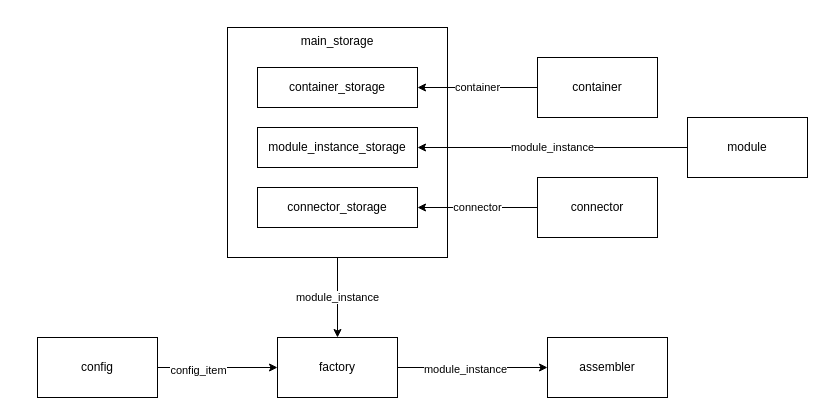
The draw.io diagram doc/diagram.drawio in SkyRzn/sdr_server, before the edit. Source tidied: cells renumbered, new cells numbered last; positions are measured from the earlier drawing's top-left corner, leaving out a move shared by most shapes. Both pictures are drawn from the tidied source at 100%, with x=0, y=0 at pixel (37, 27).
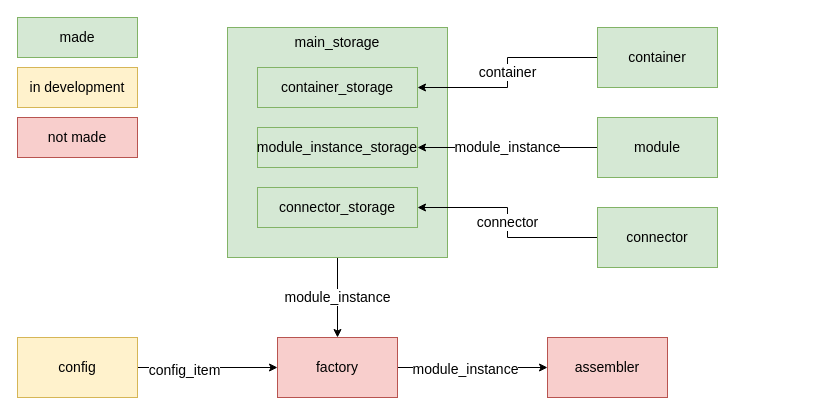
Above is the later version.

The edit, as a diff of the source:
```diff
@@
-    <mxCell id="2" value="module_instance" style="edgeStyle=orthogonalEdgeStyle;rounded=0;jettySize=auto;html=1;exitX=0.5;exitY=1;exitDx=0;exitDy=0;entryX=0.5;entryY=0;entryDx=0;entryDy=0;align=center;" parent="1" edge="1" source="3" target="15">
+    <mxCell id="2" value="module_instance" style="edgeStyle=orthogonalEdgeStyle;rounded=0;jettySize=auto;html=1;exitX=0.5;exitY=1;exitDx=0;exitDy=0;entryX=0.5;entryY=0;entryDx=0;entryDy=0;align=center;fontSize=14;" parent="1" edge="1" source="3" target="15">
       <mxGeometry relative="1" as="geometry" />
     </mxCell>
-    <mxCell id="3" value="main_storage" style="rounded=0;whiteSpace=wrap;html=1;align=center;verticalAlign=top;" parent="1" vertex="1">
+    <mxCell id="3" value="main_storage" style="rounded=0;whiteSpace=wrap;html=1;align=center;verticalAlign=top;fontSize=14;fillColor=#d5e8d4;strokeColor=#82b366;" parent="1" vertex="1">
       <mxGeometry x="190" width="220" height="230" as="geometry" />
     </mxCell>
-    <mxCell id="4" value="container_storage" style="rounded=0;whiteSpace=wrap;html=1;align=center;" parent="1" vertex="1">
+    <mxCell id="4" value="container_storage" style="rounded=0;whiteSpace=wrap;html=1;align=center;fontSize=14;fillColor=#d5e8d4;strokeColor=#82b366;" parent="1" vertex="1">
       <mxGeometry x="220" y="40" width="160" height="40" as="geometry" />
     </mxCell>
-    <mxCell id="5" value="module_instance_storage" style="rounded=0;whiteSpace=wrap;html=1;align=center;" parent="1" vertex="1">
+    <mxCell id="5" value="module_instance_storage" style="rounded=0;whiteSpace=wrap;html=1;align=center;fontSize=14;fillColor=#d5e8d4;strokeColor=#82b366;" parent="1" vertex="1">
       <mxGeometry x="220" y="100" width="160" height="40" as="geometry" />
     </mxCell>
-    <mxCell id="6" value="connector_storage" style="rounded=0;whiteSpace=wrap;html=1;align=center;" parent="1" vertex="1">
+    <mxCell id="6" value="connector_storage" style="rounded=0;whiteSpace=wrap;html=1;align=center;fontSize=14;fillColor=#d5e8d4;strokeColor=#82b366;" parent="1" vertex="1">
       <mxGeometry x="220" y="160" width="160" height="40" as="geometry" />
     </mxCell>
-    <mxCell id="7" value="container" style="edgeStyle=orthogonalEdgeStyle;rounded=0;jettySize=auto;html=1;entryX=1;entryY=0.5;entryDx=0;entryDy=0;align=center;" parent="1" edge="1" source="8" target="4">
+    <mxCell id="7" value="container" style="edgeStyle=orthogonalEdgeStyle;rounded=0;jettySize=auto;html=1;entryX=1;entryY=0.5;entryDx=0;entryDy=0;align=center;fontSize=14;" parent="1" edge="1" source="8" target="4">
       <mxGeometry relative="1" as="geometry" />
     </mxCell>
-    <mxCell id="8" value="container" style="rounded=0;whiteSpace=wrap;html=1;align=center;" parent="1" vertex="1">
-      <mxGeometry x="500" y="30" width="120" height="60" as="geometry" />
+    <mxCell id="8" value="container" style="rounded=0;whiteSpace=wrap;html=1;align=center;fontSize=14;fillColor=#d5e8d4;strokeColor=#82b366;" parent="1" vertex="1">
+      <mxGeometry x="560" width="120" height="60" as="geometry" />
     </mxCell>
-    <mxCell id="9" value="module_instance" style="edgeStyle=orthogonalEdgeStyle;rounded=0;jettySize=auto;html=1;exitX=0;exitY=0.5;exitDx=0;exitDy=0;entryX=1;entryY=0.5;entryDx=0;entryDy=0;align=center;" parent="1" edge="1" source="10" target="5">
+    <mxCell id="9" value="module_instance" style="edgeStyle=orthogonalEdgeStyle;rounded=0;jettySize=auto;html=1;exitX=0;exitY=0.5;exitDx=0;exitDy=0;entryX=1;entryY=0.5;entryDx=0;entryDy=0;align=center;fontSize=14;" parent="1" edge="1" source="10" target="5">
       <mxGeometry relative="1" as="geometry" />
     </mxCell>
-    <mxCell id="10" value="module" style="rounded=0;whiteSpace=wrap;html=1;align=center;" parent="1" vertex="1">
-      <mxGeometry x="650" y="90" width="120" height="60" as="geometry" />
+    <mxCell id="10" value="module" style="rounded=0;whiteSpace=wrap;html=1;align=center;fontSize=14;fillColor=#d5e8d4;strokeColor=#82b366;" parent="1" vertex="1">
+      <mxGeometry x="560" y="90" width="120" height="60" as="geometry" />
     </mxCell>
-    <mxCell id="11" value="connector" style="edgeStyle=orthogonalEdgeStyle;rounded=0;jettySize=auto;html=1;exitX=0;exitY=0.5;exitDx=0;exitDy=0;entryX=1;entryY=0.5;entryDx=0;entryDy=0;align=center;" parent="1" edge="1" source="12" target="6">
+    <mxCell id="11" value="connector" style="edgeStyle=orthogonalEdgeStyle;rounded=0;jettySize=auto;html=1;exitX=0;exitY=0.5;exitDx=0;exitDy=0;entryX=1;entryY=0.5;entryDx=0;entryDy=0;align=center;fontSize=14;" parent="1" edge="1" source="12" target="6">
       <mxGeometry relative="1" as="geometry" />
     </mxCell>
-    <mxCell id="12" value="connector" style="rounded=0;whiteSpace=wrap;html=1;align=center;" parent="1" vertex="1">
-      <mxGeometry x="500" y="150" width="120" height="60" as="geometry" />
+    <mxCell id="12" value="connector" style="rounded=0;whiteSpace=wrap;html=1;align=center;fontSize=14;fillColor=#d5e8d4;strokeColor=#82b366;" parent="1" vertex="1">
+      <mxGeometry x="560" y="180" width="120" height="60" as="geometry" />
     </mxCell>
-    <mxCell id="13" style="edgeStyle=orthogonalEdgeStyle;rounded=0;jettySize=auto;html=1;exitX=1;exitY=0.5;exitDx=0;exitDy=0;entryX=0;entryY=0.5;entryDx=0;entryDy=0;align=center;" parent="1" edge="1" source="15" target="16">
+    <mxCell id="13" style="edgeStyle=orthogonalEdgeStyle;rounded=0;jettySize=auto;html=1;exitX=1;exitY=0.5;exitDx=0;exitDy=0;entryX=0;entryY=0.5;entryDx=0;entryDy=0;align=center;fontSize=14;" parent="1" edge="1" source="15" target="16">
       <mxGeometry relative="1" as="geometry" />
     </mxCell>
-    <mxCell id="14" value="module_instance" style="edgeLabel;html=1;align=center;verticalAlign=middle;" parent="13" vertex="1">
+    <mxCell id="14" value="module_instance" style="edgeLabel;html=1;align=center;verticalAlign=middle;fontSize=14;" parent="13" vertex="1">
       <mxGeometry x="-0.11" y="-1" relative="1" as="geometry" />
     </mxCell>
-    <mxCell id="15" value="factory" style="rounded=0;whiteSpace=wrap;html=1;align=center;" parent="1" vertex="1">
+    <mxCell id="15" value="factory" style="rounded=0;whiteSpace=wrap;html=1;align=center;fontSize=14;fillColor=#f8cecc;strokeColor=#b85450;" parent="1" vertex="1">
       <mxGeometry x="240" y="310" width="120" height="60" as="geometry" />
     </mxCell>
-    <mxCell id="16" value="&lt;div&gt;assembler&lt;/div&gt;" style="rounded=0;whiteSpace=wrap;html=1;align=center;" parent="1" vertex="1">
+    <mxCell id="16" value="&lt;div style=&quot;font-size: 14px;&quot;&gt;assembler&lt;/div&gt;" style="rounded=0;whiteSpace=wrap;html=1;align=center;fontSize=14;fillColor=#f8cecc;strokeColor=#b85450;" parent="1" vertex="1">
       <mxGeometry x="510" y="310" width="120" height="60" as="geometry" />
     </mxCell>
-    <mxCell id="17" style="edgeStyle=orthogonalEdgeStyle;rounded=0;jettySize=auto;html=1;exitX=1;exitY=0.5;exitDx=0;exitDy=0;entryX=0;entryY=0.5;entryDx=0;entryDy=0;align=center;" parent="1" edge="1" source="19" target="15">
+    <mxCell id="17" style="edgeStyle=orthogonalEdgeStyle;rounded=0;jettySize=auto;html=1;exitX=1;exitY=0.5;exitDx=0;exitDy=0;entryX=0;entryY=0.5;entryDx=0;entryDy=0;align=center;fontSize=14;" parent="1" edge="1" source="19" target="15">
       <mxGeometry relative="1" as="geometry" />
     </mxCell>
-    <mxCell id="18" value="config_item" style="edgeLabel;html=1;align=center;verticalAlign=middle;" parent="17" vertex="1">
+    <mxCell id="18" value="config_item" style="edgeLabel;html=1;align=center;verticalAlign=middle;fontSize=14;" parent="17" vertex="1">
       <mxGeometry x="-0.34" y="-2" relative="1" as="geometry" />
     </mxCell>
-    <mxCell id="19" value="config" style="rounded=0;whiteSpace=wrap;html=1;align=center;" parent="1" vertex="1">
-      <mxGeometry y="310" width="120" height="60" as="geometry" />
+    <mxCell id="19" value="config" style="rounded=0;whiteSpace=wrap;html=1;align=center;fontSize=14;fillColor=#fff2cc;strokeColor=#d6b656;" parent="1" vertex="1">
+      <mxGeometry x="-20" y="310" width="120" height="60" as="geometry" />
     </mxCell>
+    <mxCell id="20" value="made" style="rounded=0;whiteSpace=wrap;html=1;fontSize=14;fillColor=#d5e8d4;strokeColor=#82b366;" parent="1" vertex="1">
+      <mxGeometry x="-20" y="-10" width="120" height="40" as="geometry" />
+    </mxCell>
+    <mxCell id="21" value="in development" style="rounded=0;whiteSpace=wrap;html=1;fontSize=14;fillColor=#fff2cc;strokeColor=#d6b656;" parent="1" vertex="1">
+      <mxGeometry x="-20" y="40" width="120" height="40" as="geometry" />
+    </mxCell>
+    <mxCell id="22" value="not made" style="rounded=0;whiteSpace=wrap;html=1;fontSize=14;fillColor=#f8cecc;strokeColor=#b85450;" parent="1" vertex="1">
+      <mxGeometry x="-20" y="90" width="120" height="40" as="geometry" />
+    </mxCell>
```
